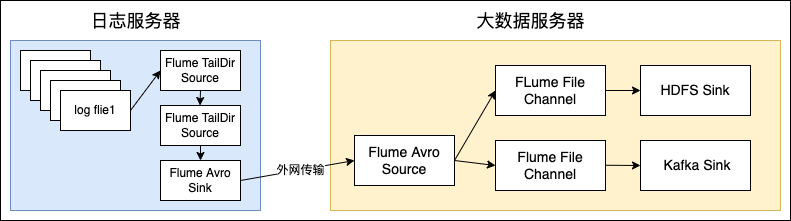
Earlier version of the draw.io export ihuman/flume/ETL流程.drawio.png (hanzongqing/big-data). Source tidied: cells renumbered, new cells last; positions are measured from the earlier drawing's top-left corner, leaving out a move shared by most shapes.
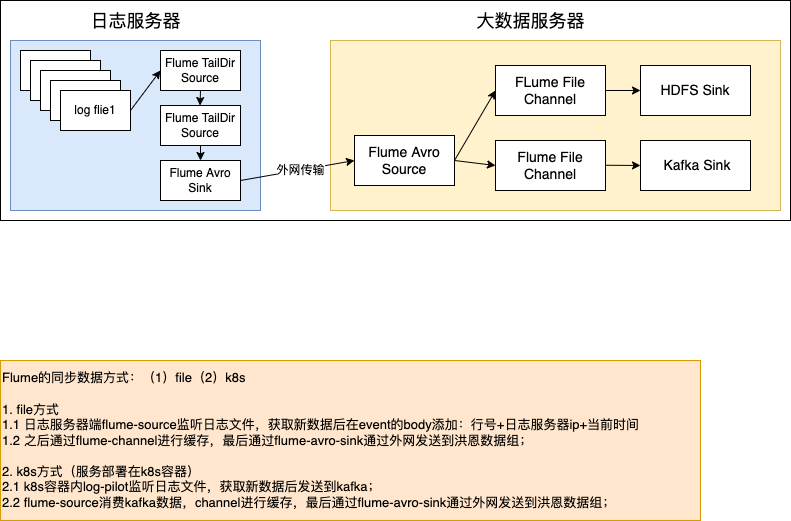
After the change.

The edit, as a diff of the source:
```diff
@@ -93,5 +93,8 @@
     <mxCell id="29" style="endArrow=classic;html=1;rounded=0;exitX=0.5;exitY=1;exitDx=0;exitDy=0;entryX=0.5;entryY=0;entryDx=0;entryDy=0;" parent="1" edge="1" source="27" target="11">
       <mxGeometry relative="1" as="geometry" />
     </mxCell>
+    <mxCell id="30" value="Flume的同步数据方式：（1）file（2）k8s&lt;br style=&quot;font-size: 13px;&quot;&gt;&lt;br style=&quot;font-size: 13px;&quot;&gt;1. file方式&lt;br style=&quot;font-size: 13px;&quot;&gt;1.1 日志服务器端flume-source监听日志文件，获取新数据后在event的body添加：行号+日志服务器ip+当前时间&lt;br style=&quot;font-size: 13px;&quot;&gt;1.2 之后通过flume-channel进行缓存，最后通过flume-avro-sink通过外网发送到洪恩数据组；&lt;br style=&quot;font-size: 13px;&quot;&gt;&lt;br style=&quot;font-size: 13px;&quot;&gt;2. k8s方式（服务部署在k8s容器）&lt;br style=&quot;font-size: 13px;&quot;&gt;2.1 k8s容器内log-pilot监听日志文件，获取新数据后发送到kafka；&lt;br style=&quot;font-size: 13px;&quot;&gt;2.2 flume-source消费kafka数据，channel进行缓存，最后通过flume-avro-sink通过外网发送到洪恩数据组；" style="text;html=1;strokeColor=#d79b00;fillColor=#ffe6cc;align=left;verticalAlign=middle;whiteSpace=wrap;rounded=0;fontSize=13;" parent="1" vertex="1">
+      <mxGeometry y="360" width="700" height="160" as="geometry" />
+    </mxCell>
   </root>
 </mxGraphModel>
```
